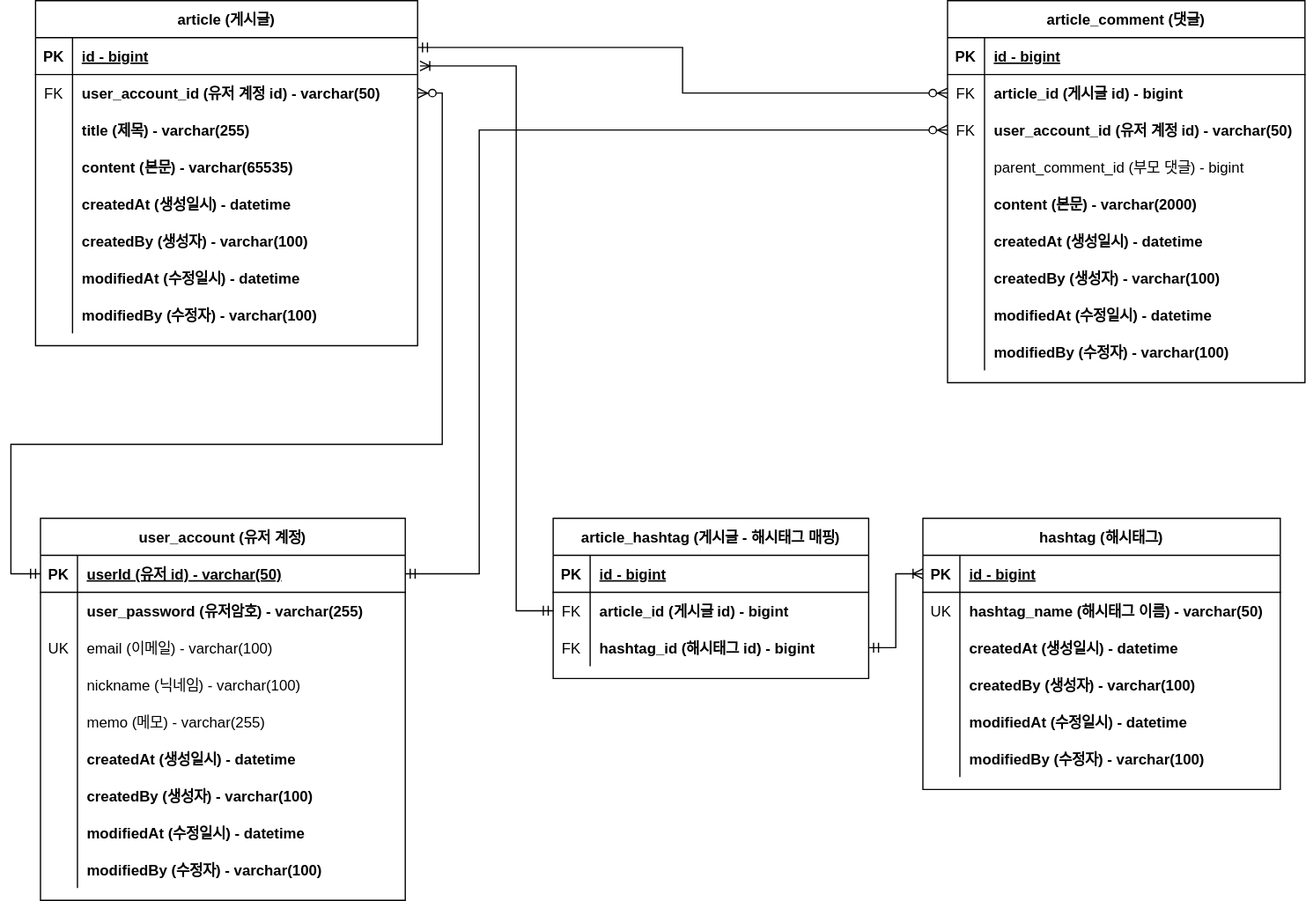
hijoseph/project-board keeps this draw.io diagram as document/project-board-erd.svg. Above is the earlier version. Source tidied: cells renumbered, new cells last; positions are measured from the earlier drawing's top-left corner, leaving out a move shared by most shapes.
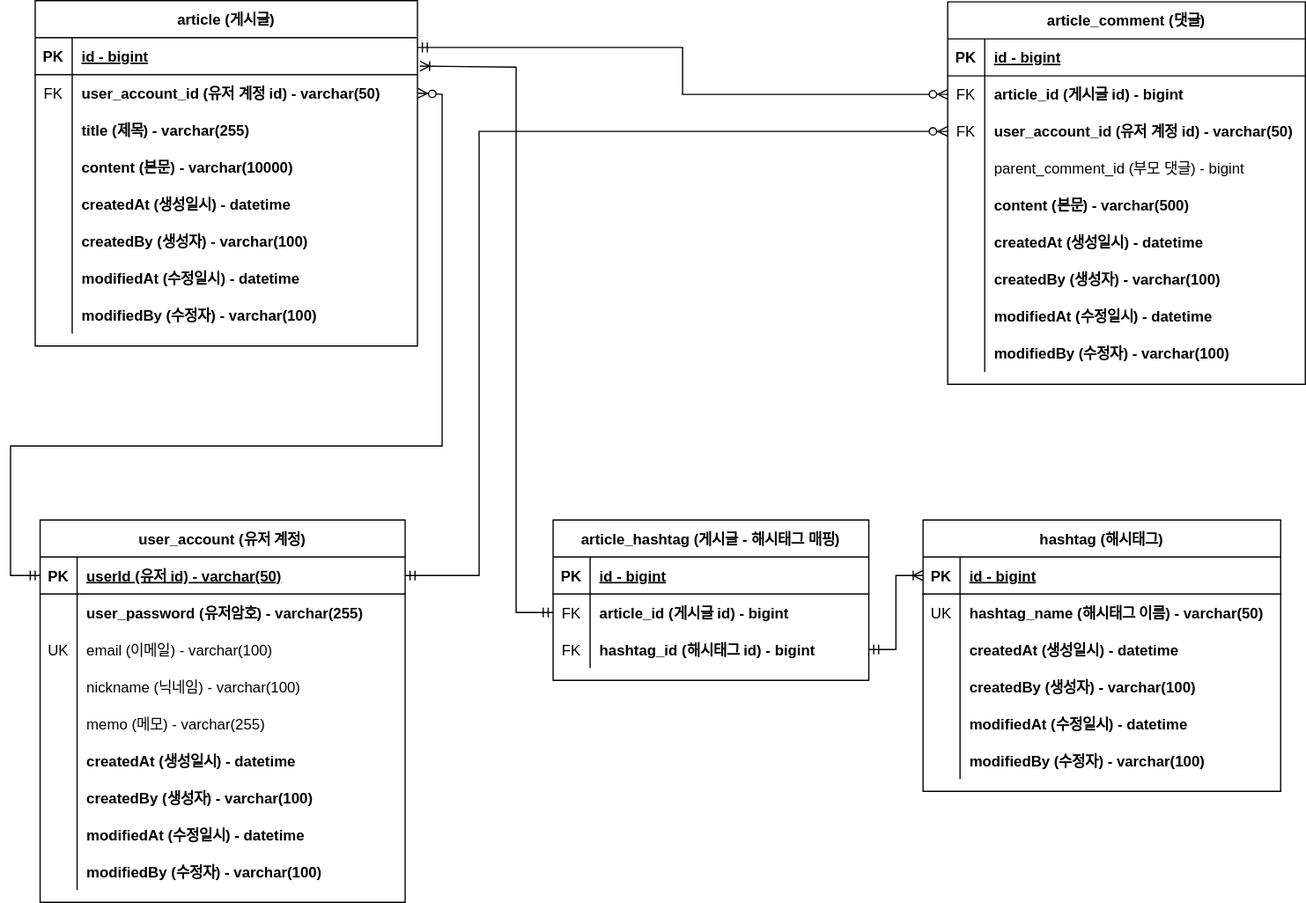
Above is the later version.

Commit message:
#10 - erd 업데이트 : content 사이즈 변경

Change to the diagram source:
```diff
@@ -3,7 +3,7 @@
     <mxCell id="0" />
     <mxCell id="1" parent="0" />
     <mxCell id="2" value="article (게시글)" style="shape=table;startSize=30;rowLines=0;fontStyle=1;align=center;labelBackgroundColor=none;labelBorderColor=none;textShadow=0;" parent="1" vertex="1">
-      <mxGeometry x="20" width="310" height="280" as="geometry" />
+      <mxGeometry x="20" y="-1" width="310" height="280" as="geometry" />
     </mxCell>
     <mxCell id="3" style="shape=tableRow;horizontal=0;startSize=0;swimlaneHead=0;swimlaneBody=0;fillColor=none;points=[[0,0.5],[1,0.5]];portConstraint=eastwest;top=0;left=0;right=0;bottom=1;" parent="2" vertex="1">
       <mxGeometry y="30" width="310" height="30" as="geometry" />
@@ -38,7 +38,7 @@
     <mxCell id="13" style="shape=partialRectangle;fillColor=none;top=0;left=0;bottom=0;right=0;overflow=hidden;" parent="12" vertex="1">
       <mxGeometry width="30" height="30" as="geometry" />
     </mxCell>
-    <mxCell id="14" value="content (본문) - varchar(65535)" style="shape=partialRectangle;fillColor=none;top=0;left=0;bottom=0;right=0;align=left;spacingLeft=6;overflow=hidden;fontStyle=1;" parent="12" vertex="1">
+    <mxCell id="14" value="content (본문) - varchar(10000)" style="shape=partialRectangle;fillColor=none;top=0;left=0;bottom=0;right=0;align=left;spacingLeft=6;overflow=hidden;fontStyle=1;" parent="12" vertex="1">
       <mxGeometry x="30" width="280" height="30" as="geometry" />
     </mxCell>
     <mxCell id="15" style="shape=tableRow;horizontal=0;startSize=0;swimlaneHead=0;swimlaneBody=0;fillColor=none;top=0;left=0;right=0;bottom=0;" parent="2" vertex="1">
@@ -122,7 +122,7 @@
     <mxCell id="41" style="shape=partialRectangle;fillColor=none;top=0;left=0;bottom=0;right=0;overflow=hidden;" parent="40" vertex="1">
       <mxGeometry width="30" height="30" as="geometry" />
     </mxCell>
-    <mxCell id="42" value="content (본문) - varchar(2000)" style="shape=partialRectangle;fillColor=none;top=0;left=0;bottom=0;right=0;align=left;spacingLeft=6;overflow=hidden;fontStyle=1;" parent="40" vertex="1">
+    <mxCell id="42" value="content (본문) - varchar(500)" style="shape=partialRectangle;fillColor=none;top=0;left=0;bottom=0;right=0;align=left;spacingLeft=6;overflow=hidden;fontStyle=1;" parent="40" vertex="1">
       <mxGeometry x="30" width="260" height="30" as="geometry" />
     </mxCell>
     <mxCell id="43" style="shape=tableRow;horizontal=0;startSize=0;swimlaneHead=0;swimlaneBody=0;fillColor=none;top=0;left=0;right=0;bottom=0;" parent="27" vertex="1">
```
